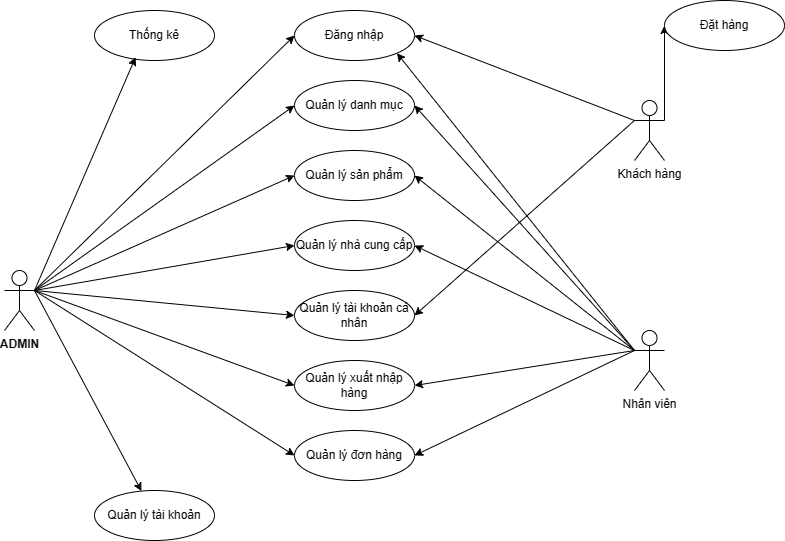
This is UC/imgs/UC_TONGQUAT.drawio.png from hieuNV0871/da, a draw.io export, as it was before one commit. Source tidied: cells renumbered, new cells last; positions are measured from the earlier drawing's top-left corner, leaving out a move shared by most shapes.
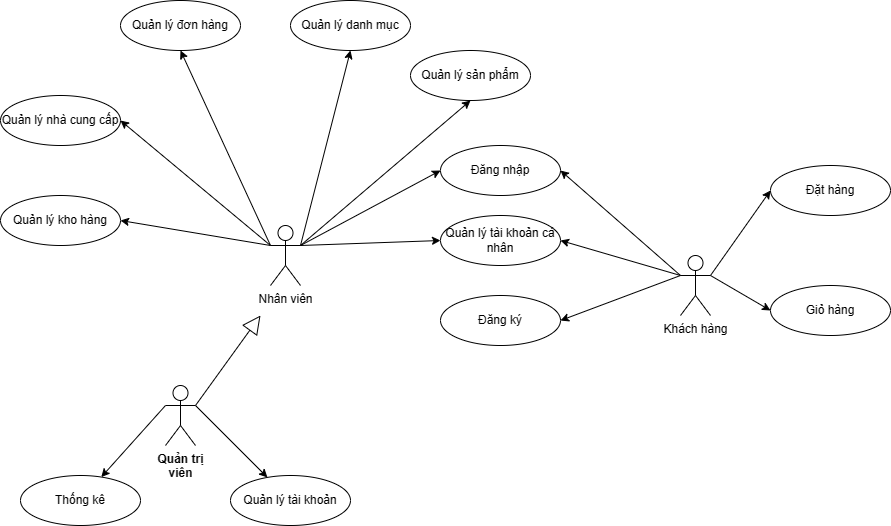
After the change.

What changed in the source:
```diff
@@ -2,63 +2,43 @@
   <root>
     <mxCell id="0" />
     <mxCell id="1" parent="0" />
-    <mxCell id="2" value="ADMIN&lt;br&gt;" style="shape=umlActor;verticalLabelPosition=bottom;verticalAlign=top;html=1;outlineConnect=0;fontStyle=1;labelBackgroundColor=none;labelBorderColor=none;gradientColor=default;fillColor=none;" parent="1" vertex="1">
-      <mxGeometry y="270" width="30" height="60" as="geometry" />
+    <mxCell id="2" value="Quản trị&lt;br&gt;viên&lt;br&gt;" style="shape=umlActor;verticalLabelPosition=bottom;verticalAlign=top;html=1;outlineConnect=0;fontStyle=1;labelBackgroundColor=none;labelBorderColor=none;gradientColor=default;fillColor=none;" parent="1" vertex="1">
+      <mxGeometry x="125" y="490" width="30" height="60" as="geometry" />
     </mxCell>
     <mxCell id="3" value="Nhân viên" style="shape=umlActor;verticalLabelPosition=bottom;verticalAlign=top;html=1;outlineConnect=0;" parent="1" vertex="1">
-      <mxGeometry x="630" y="330" width="30" height="60" as="geometry" />
+      <mxGeometry x="230" y="330" width="30" height="60" as="geometry" />
     </mxCell>
     <mxCell id="4" value="Khách hàng" style="shape=umlActor;verticalLabelPosition=bottom;verticalAlign=top;html=1;outlineConnect=0;" parent="1" vertex="1">
-      <mxGeometry x="630" y="100" width="30" height="60" as="geometry" />
+      <mxGeometry x="640" y="360" width="30" height="60" as="geometry" />
     </mxCell>
     <mxCell id="5" value="Đăng nhập" style="ellipse;whiteSpace=wrap;html=1;" parent="1" vertex="1">
-      <mxGeometry x="290" y="10" width="120" height="50" as="geometry" />
+      <mxGeometry x="400" y="250" width="120" height="50" as="geometry" />
     </mxCell>
     <mxCell id="6" value="Quản lý danh mục" style="ellipse;whiteSpace=wrap;html=1;" parent="1" vertex="1">
-      <mxGeometry x="290" y="80" width="120" height="50" as="geometry" />
+      <mxGeometry x="250" y="105" width="120" height="50" as="geometry" />
     </mxCell>
     <mxCell id="7" value="Quản lý sản phẩm" style="ellipse;whiteSpace=wrap;html=1;" parent="1" vertex="1">
-      <mxGeometry x="290" y="150" width="120" height="50" as="geometry" />
+      <mxGeometry x="370" y="155" width="120" height="50" as="geometry" />
     </mxCell>
-    <mxCell id="8" value="Quản lý xuất nhập hàng" style="ellipse;whiteSpace=wrap;html=1;" parent="1" vertex="1">
-      <mxGeometry x="290" y="360" width="120" height="50" as="geometry" />
+    <mxCell id="8" value="Quản lý kho hàng" style="ellipse;whiteSpace=wrap;html=1;" parent="1" vertex="1">
+      <mxGeometry x="-40" y="300" width="120" height="50" as="geometry" />
     </mxCell>
     <mxCell id="9" value="Quản lý tài khoản cá nhân" style="ellipse;whiteSpace=wrap;html=1;" parent="1" vertex="1">
-      <mxGeometry x="290" y="290" width="120" height="50" as="geometry" />
+      <mxGeometry x="400" y="320" width="120" height="50" as="geometry" />
     </mxCell>
     <mxCell id="10" value="Quản lý nhà cung cấp" style="ellipse;whiteSpace=wrap;html=1;" parent="1" vertex="1">
-      <mxGeometry x="290" y="220" width="120" height="50" as="geometry" />
+      <mxGeometry x="-40" y="200" width="120" height="50" as="geometry" />
     </mxCell>
     <mxCell id="11" value="Thống kê" style="ellipse;whiteSpace=wrap;html=1;" parent="1" vertex="1">
-      <mxGeometry x="90" y="10" width="120" height="50" as="geometry" />
+      <mxGeometry x="-20" y="580" width="120" height="50" as="geometry" />
     </mxCell>
     <mxCell id="12" value="Quản lý tài khoản" style="ellipse;whiteSpace=wrap;html=1;" parent="1" vertex="1">
-      <mxGeometry x="90" y="490" width="120" height="50" as="geometry" />
+      <mxGeometry x="190" y="580" width="120" height="50" as="geometry" />
     </mxCell>
-    <mxCell id="13" style="endArrow=classic;html=1;rounded=0;exitX=1;exitY=0.3333333333333333;exitDx=0;exitDy=0;exitPerimeter=0;entryX=0;entryY=0.5;entryDx=0;entryDy=0;" parent="1" edge="1" source="2" target="5">
-      <mxGeometry relative="1" as="geometry" />
-    </mxCell>
-    <mxCell id="14" style="endArrow=classic;html=1;rounded=0;exitX=1;exitY=0.3333333333333333;exitDx=0;exitDy=0;exitPerimeter=0;entryX=0;entryY=0.5;entryDx=0;entryDy=0;" parent="1" edge="1" source="2" target="6">
-      <mxGeometry relative="1" as="geometry" />
-    </mxCell>
-    <mxCell id="15" style="endArrow=classic;html=1;rounded=0;exitX=1;exitY=0.3333333333333333;exitDx=0;exitDy=0;exitPerimeter=0;entryX=0;entryY=0.5;entryDx=0;entryDy=0;" parent="1" edge="1" source="2" target="7">
-      <mxGeometry relative="1" as="geometry" />
-    </mxCell>
-    <mxCell id="16" style="endArrow=classic;html=1;rounded=0;exitX=1;exitY=0.3333333333333333;exitDx=0;exitDy=0;exitPerimeter=0;entryX=0;entryY=0.5;entryDx=0;entryDy=0;" parent="1" edge="1" source="2" target="10">
-      <mxGeometry relative="1" as="geometry" />
-    </mxCell>
-    <mxCell id="17" style="endArrow=classic;html=1;rounded=0;entryX=0;entryY=0.5;entryDx=0;entryDy=0;" parent="1" edge="1" target="9">
-      <mxGeometry relative="1" as="geometry">
-        <mxPoint x="30" y="290" as="sourcePoint" />
-      </mxGeometry>
-    </mxCell>
-    <mxCell id="18" style="endArrow=classic;html=1;rounded=0;exitX=1;exitY=0.3333333333333333;exitDx=0;exitDy=0;exitPerimeter=0;entryX=0;entryY=0.5;entryDx=0;entryDy=0;" parent="1" edge="1" source="2" target="8">
-      <mxGeometry relative="1" as="geometry" />
-    </mxCell>
     <mxCell id="19" style="endArrow=classic;html=1;rounded=0;exitX=1;exitY=0.3333333333333333;exitDx=0;exitDy=0;exitPerimeter=0;" parent="1" edge="1" source="2" target="12">
       <mxGeometry relative="1" as="geometry" />
     </mxCell>
-    <mxCell id="20" style="endArrow=classic;html=1;rounded=0;exitX=1;exitY=0.3333333333333333;exitDx=0;exitDy=0;exitPerimeter=0;entryX=0.342;entryY=0.936;entryDx=0;entryDy=0;entryPerimeter=0;" parent="1" edge="1" source="2" target="11">
+    <mxCell id="20" style="endArrow=classic;html=1;rounded=0;exitX=0;exitY=0.3333333333333333;exitDx=0;exitDy=0;exitPerimeter=0;" parent="1" edge="1" source="2" target="11">
       <mxGeometry relative="1" as="geometry" />
     </mxCell>
     <mxCell id="21" style="endArrow=classic;html=1;rounded=0;exitX=0;exitY=0.3333333333333333;exitDx=0;exitDy=0;exitPerimeter=0;entryX=1;entryY=0.5;entryDx=0;entryDy=0;" parent="1" edge="1" source="4" target="5">
@@ -68,34 +48,51 @@
       <mxGeometry relative="1" as="geometry" />
     </mxCell>
     <mxCell id="23" value="Đặt hàng" style="ellipse;whiteSpace=wrap;html=1;" parent="1" vertex="1">
-      <mxGeometry x="660" width="120" height="50" as="geometry" />
+      <mxGeometry x="730" y="270" width="120" height="50" as="geometry" />
     </mxCell>
-    <mxCell id="24" style="endArrow=classic;html=1;rounded=0;exitX=0;exitY=0.3333333333333333;exitDx=0;exitDy=0;exitPerimeter=0;entryX=1;entryY=1;entryDx=0;entryDy=0;" parent="1" edge="1" source="3" target="5">
+    <mxCell id="24" style="endArrow=classic;html=1;rounded=0;exitX=1;exitY=0.3333333333333333;exitDx=0;exitDy=0;exitPerimeter=0;entryX=0;entryY=0.5;entryDx=0;entryDy=0;" parent="1" edge="1" source="3" target="5">
       <mxGeometry relative="1" as="geometry" />
     </mxCell>
-    <mxCell id="25" style="endArrow=classic;html=1;rounded=0;exitX=0;exitY=0.3333333333333333;exitDx=0;exitDy=0;exitPerimeter=0;entryX=1;entryY=0.5;entryDx=0;entryDy=0;" parent="1" edge="1" source="3" target="6">
+    <mxCell id="25" style="endArrow=classic;html=1;rounded=0;exitX=1;exitY=0.3333333333333333;exitDx=0;exitDy=0;exitPerimeter=0;entryX=0.5;entryY=1;entryDx=0;entryDy=0;" parent="1" edge="1" source="3" target="6">
       <mxGeometry relative="1" as="geometry" />
     </mxCell>
-    <mxCell id="26" style="endArrow=classic;html=1;rounded=0;exitX=0;exitY=0.3333333333333333;exitDx=0;exitDy=0;exitPerimeter=0;entryX=1;entryY=0.5;entryDx=0;entryDy=0;" parent="1" edge="1" source="3" target="7">
+    <mxCell id="26" style="endArrow=classic;html=1;rounded=0;exitX=1;exitY=0.3333333333333333;exitDx=0;exitDy=0;exitPerimeter=0;entryX=0.5;entryY=1;entryDx=0;entryDy=0;" parent="1" edge="1" source="3" target="7">
       <mxGeometry relative="1" as="geometry" />
     </mxCell>
     <mxCell id="27" value="Quản lý đơn hàng" style="ellipse;whiteSpace=wrap;html=1;" parent="1" vertex="1">
-      <mxGeometry x="290" y="430" width="120" height="50" as="geometry" />
+      <mxGeometry x="80" y="105" width="120" height="50" as="geometry" />
     </mxCell>
     <mxCell id="28" style="endArrow=classic;html=1;rounded=0;exitX=0;exitY=0.3333333333333333;exitDx=0;exitDy=0;exitPerimeter=0;entryX=1;entryY=0.5;entryDx=0;entryDy=0;" parent="1" edge="1" source="3" target="10">
       <mxGeometry relative="1" as="geometry" />
     </mxCell>
-    <mxCell id="29" style="endArrow=classic;html=1;rounded=0;exitX=0;exitY=0.3333333333333333;exitDx=0;exitDy=0;exitPerimeter=0;entryX=1;entryY=0.5;entryDx=0;entryDy=0;" parent="1" edge="1" source="3" target="27">
+    <mxCell id="29" style="endArrow=classic;html=1;rounded=0;exitX=0;exitY=0.3333333333333333;exitDx=0;exitDy=0;exitPerimeter=0;entryX=0.5;entryY=1;entryDx=0;entryDy=0;" parent="1" edge="1" source="3" target="27">
       <mxGeometry relative="1" as="geometry" />
     </mxCell>
-    <mxCell id="30" style="endArrow=classic;html=1;rounded=0;exitX=1;exitY=0.3333333333333333;exitDx=0;exitDy=0;exitPerimeter=0;entryX=0;entryY=0.5;entryDx=0;entryDy=0;" parent="1" edge="1" source="2" target="27">
-      <mxGeometry relative="1" as="geometry" />
-    </mxCell>
     <mxCell id="31" style="endArrow=classic;html=1;rounded=0;exitX=0;exitY=0.3333333333333333;exitDx=0;exitDy=0;exitPerimeter=0;entryX=1;entryY=0.5;entryDx=0;entryDy=0;" parent="1" edge="1" source="4" target="9">
       <mxGeometry relative="1" as="geometry" />
     </mxCell>
     <mxCell id="32" style="endArrow=classic;html=1;rounded=0;exitX=0;exitY=0.3333333333333333;exitDx=0;exitDy=0;exitPerimeter=0;entryX=1;entryY=0.5;entryDx=0;entryDy=0;" parent="1" edge="1" source="3" target="8">
       <mxGeometry relative="1" as="geometry" />
     </mxCell>
+    <mxCell id="33" style="endArrow=block;endSize=16;endFill=0;html=1;rounded=0;exitX=1;exitY=0.3333333333333333;exitDx=0;exitDy=0;exitPerimeter=0;" parent="1" edge="1" source="2">
+      <mxGeometry y="-90" relative="1" as="geometry">
+        <mxPoint x="220" y="420" as="targetPoint" />
+      </mxGeometry>
+    </mxCell>
+    <mxCell id="34" style="endArrow=classic;html=1;rounded=0;exitX=1;exitY=0.3333333333333333;exitDx=0;exitDy=0;exitPerimeter=0;entryX=0;entryY=0.5;entryDx=0;entryDy=0;" parent="1" edge="1" source="3" target="9">
+      <mxGeometry relative="1" as="geometry" />
+    </mxCell>
+    <mxCell id="35" value="Đăng ký" style="ellipse;whiteSpace=wrap;html=1;" parent="1" vertex="1">
+      <mxGeometry x="400" y="400" width="120" height="50" as="geometry" />
+    </mxCell>
+    <mxCell id="36" style="endArrow=classic;html=1;rounded=0;entryX=1;entryY=0.5;entryDx=0;entryDy=0;exitX=0;exitY=0.3333333333333333;exitDx=0;exitDy=0;exitPerimeter=0;" parent="1" edge="1" source="4" target="35">
+      <mxGeometry relative="1" as="geometry" />
+    </mxCell>
+    <mxCell id="37" value="Giỏ hàng" style="ellipse;whiteSpace=wrap;html=1;" parent="1" vertex="1">
+      <mxGeometry x="730" y="390" width="120" height="50" as="geometry" />
+    </mxCell>
+    <mxCell id="38" style="endArrow=classic;html=1;rounded=0;entryX=0;entryY=0.5;entryDx=0;entryDy=0;exitX=1;exitY=0.3333333333333333;exitDx=0;exitDy=0;exitPerimeter=0;" parent="1" edge="1" source="4" target="37">
+      <mxGeometry relative="1" as="geometry" />
+    </mxCell>
   </root>
 </mxGraphModel>
```
